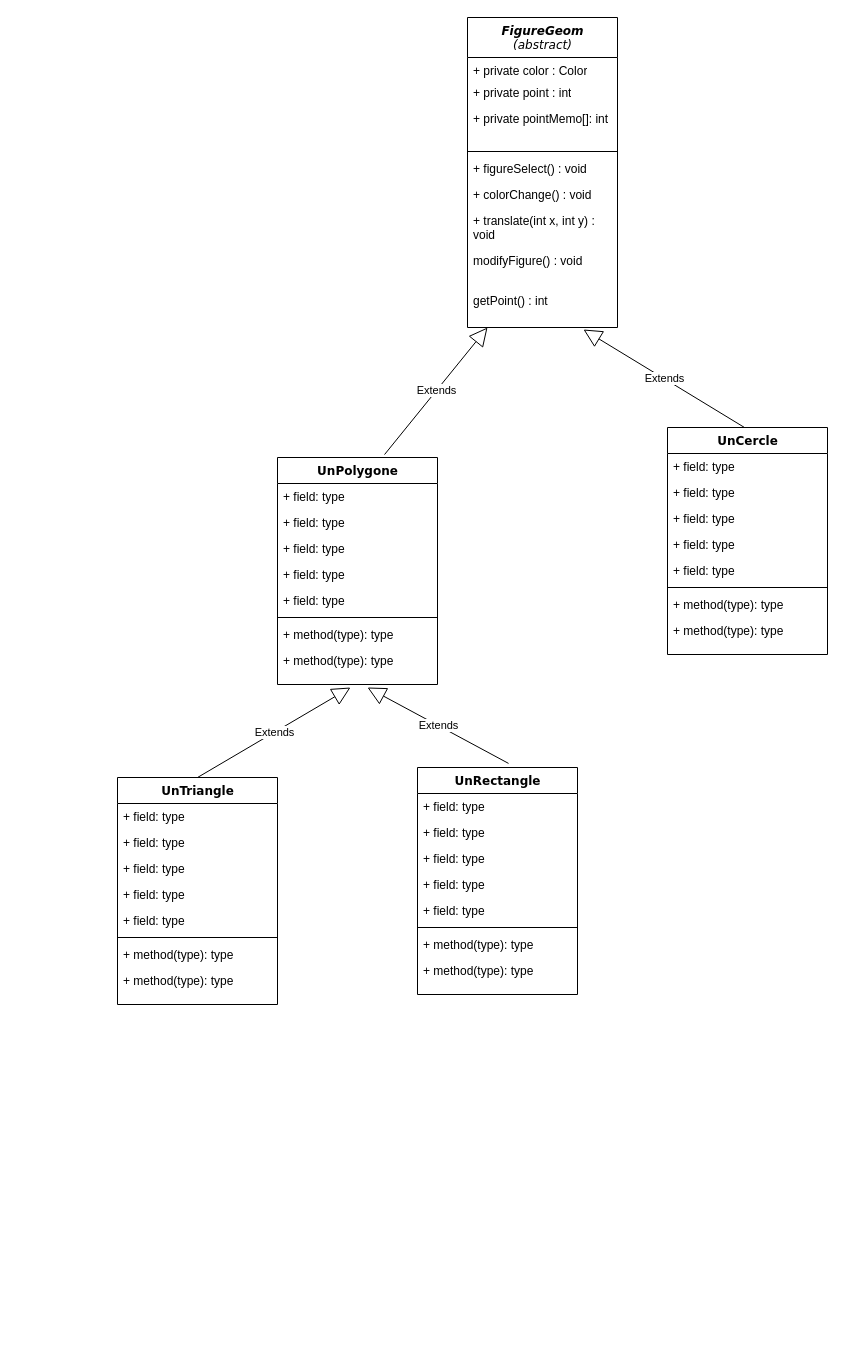
DrNossberg/GeomPaint keeps this draw.io diagram as Untitled Diagram.drawio. Above is the earlier version. Source tidied: cells renumbered, new cells numbered last; positions are measured from the earlier drawing's top-left corner, leaving out a move shared by most shapes. Both pictures are drawn from the tidied source at 100%, with x=0, y=0 at pixel (117, 17).
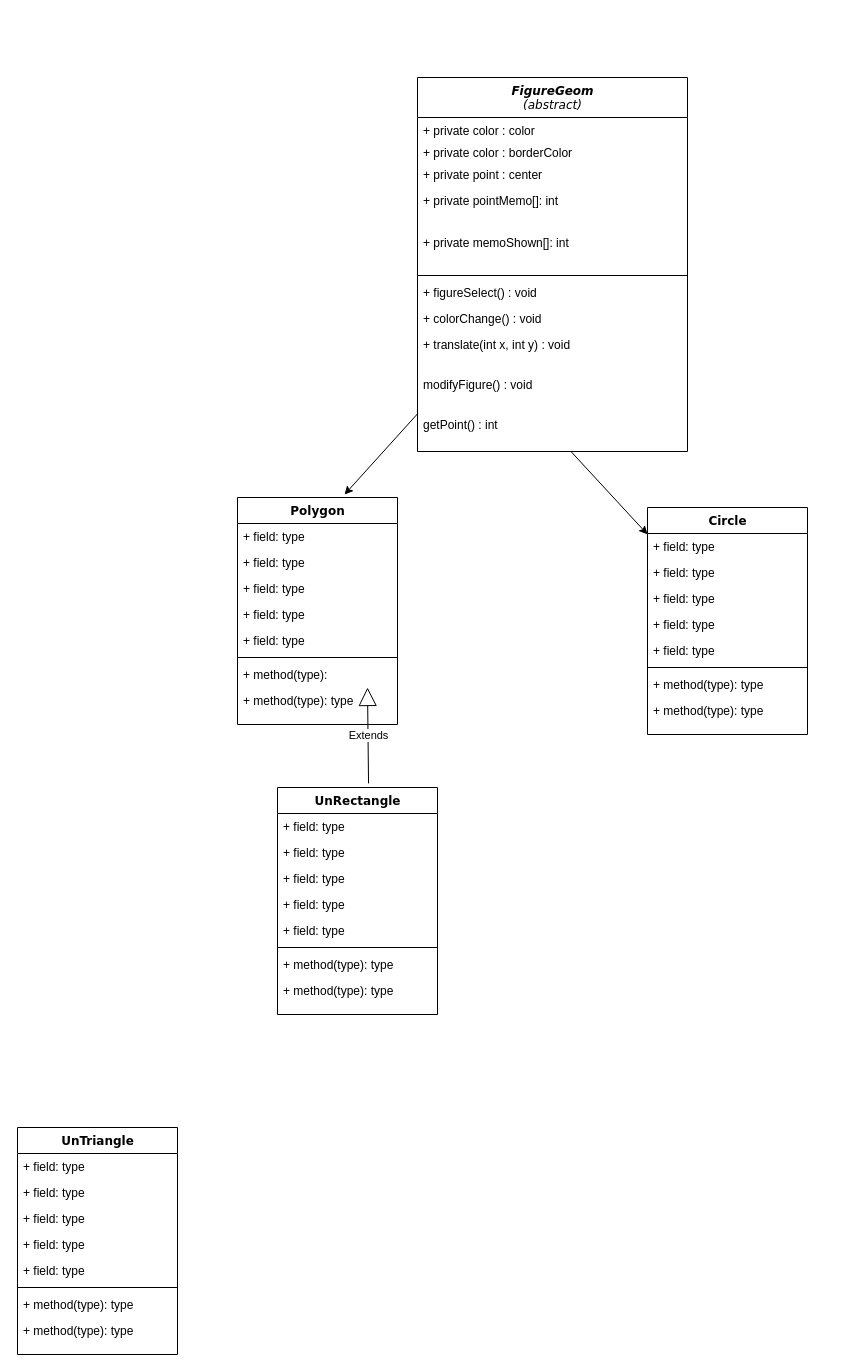
After the change.

The edit, as a diff of the source:
```diff
@@
     <mxCell id="2" value="&lt;div&gt;&lt;i&gt;FigureGeom&lt;/i&gt;&lt;/div&gt;&lt;div&gt;&lt;i&gt;&lt;span style=&quot;font-weight: normal&quot;&gt;(abstract)&lt;/span&gt;&lt;br&gt;&lt;/i&gt;&lt;/div&gt;" style="swimlane;html=1;fontStyle=1;align=center;verticalAlign=top;horizontal=1;startSize=40;swimlaneFillColor=#ffffff;rounded=0;shadow=0;comic=0;labelBackgroundColor=none;strokeWidth=1;fillColor=none;fontFamily=Verdana;fontSize=12;" parent="1" vertex="1">
-      <mxGeometry x="350" width="150" height="310" as="geometry" />
+      <mxGeometry x="300" y="60" width="270" height="374" as="geometry" />
     </mxCell>
-    <mxCell id="3" value="&lt;div&gt;+ private color : Color&lt;/div&gt;&lt;div&gt;&lt;br&gt;&lt;/div&gt;" style="text;html=1;strokeColor=none;fillColor=none;align=left;verticalAlign=top;spacingLeft=4;spacingRight=4;whiteSpace=wrap;overflow=hidden;" parent="2" vertex="1">
-      <mxGeometry y="40" width="150" height="22" as="geometry" />
+    <mxCell id="3" value="&lt;div&gt;+ private color : color&lt;/div&gt;&lt;div&gt;&lt;br&gt;&lt;/div&gt;" style="text;html=1;strokeColor=none;fillColor=none;align=left;verticalAlign=top;spacingLeft=4;spacingRight=4;whiteSpace=wrap;overflow=hidden;" parent="2" vertex="1">
+      <mxGeometry y="40" width="270" height="22" as="geometry" />
     </mxCell>
+    <mxCell id="52" value="&lt;div&gt;+ private color : borderColor&lt;/div&gt;" style="text;html=1;strokeColor=none;fillColor=none;align=left;verticalAlign=top;spacingLeft=4;spacingRight=4;whiteSpace=wrap;overflow=hidden;" parent="2" vertex="1">
+      <mxGeometry y="62" width="270" height="22" as="geometry" />
+    </mxCell>
-    <mxCell id="4" value="+ private point : int" style="text;html=1;strokeColor=none;fillColor=none;align=left;verticalAlign=top;spacingLeft=4;spacingRight=4;whiteSpace=wrap;overflow=hidden;" parent="2" vertex="1">
-      <mxGeometry y="62" width="150" height="26" as="geometry" />
+    <mxCell id="4" value="+ private point : center" style="text;html=1;strokeColor=none;fillColor=none;align=left;verticalAlign=top;spacingLeft=4;spacingRight=4;whiteSpace=wrap;overflow=hidden;" parent="2" vertex="1">
+      <mxGeometry y="84" width="270" height="26" as="geometry" />
     </mxCell>
     <mxCell id="5" value="&lt;div&gt;+ private pointMemo[]: int&lt;br&gt;&lt;/div&gt;&lt;div&gt;&lt;br&gt;&lt;/div&gt;" style="text;html=1;strokeColor=none;fillColor=none;align=left;verticalAlign=top;spacingLeft=4;spacingRight=4;whiteSpace=wrap;overflow=hidden;" parent="2" vertex="1">
-      <mxGeometry y="88" width="150" height="42" as="geometry" />
+      <mxGeometry y="110" width="270" height="42" as="geometry" />
     </mxCell>
+    <mxCell id="53" value="&lt;div&gt;+ private memoShown[]: int&lt;br&gt;&lt;/div&gt;&lt;div&gt;&lt;br&gt;&lt;/div&gt;" style="text;html=1;strokeColor=none;fillColor=none;align=left;verticalAlign=top;spacingLeft=4;spacingRight=4;whiteSpace=wrap;overflow=hidden;" parent="2" vertex="1">
+      <mxGeometry y="152" width="270" height="42" as="geometry" />
+    </mxCell>
     <mxCell id="6" style="line;html=1;strokeWidth=1;fillColor=none;align=left;verticalAlign=middle;spacingTop=-1;spacingLeft=3;spacingRight=3;labelPosition=right;" parent="2" vertex="1">
-      <mxGeometry y="130" width="150" height="8" as="geometry" />
+      <mxGeometry y="194" width="270" height="8" as="geometry" />
     </mxCell>
     <mxCell id="7" value="+ figureSelect() : void" style="text;html=1;strokeColor=none;fillColor=none;align=left;verticalAlign=top;spacingLeft=4;spacingRight=4;whiteSpace=wrap;overflow=hidden;" parent="2" vertex="1">
-      <mxGeometry y="138" width="150" height="26" as="geometry" />
+      <mxGeometry y="202" width="270" height="26" as="geometry" />
     </mxCell>
     <mxCell id="8" value="&lt;div&gt;+ colorChange() : void&lt;/div&gt;&lt;div&gt;&lt;br&gt;&lt;/div&gt;&lt;div&gt;&amp;nbsp; &lt;br&gt;&lt;/div&gt;&lt;div&gt;&lt;br&gt;&lt;/div&gt;&lt;div&gt;&lt;br&gt;&lt;/div&gt;" style="text;html=1;strokeColor=none;fillColor=none;align=left;verticalAlign=top;spacingLeft=4;spacingRight=4;whiteSpace=wrap;overflow=hidden;" parent="2" vertex="1">
-      <mxGeometry y="164" width="150" height="26" as="geometry" />
+      <mxGeometry y="228" width="270" height="26" as="geometry" />
     </mxCell>
     <mxCell id="9" value="+ translate(int x, int y) : void" style="text;html=1;strokeColor=none;fillColor=none;align=left;verticalAlign=top;spacingLeft=4;spacingRight=4;whiteSpace=wrap;overflow=hidden;" parent="2" vertex="1">
-      <mxGeometry y="190" width="150" height="40" as="geometry" />
+      <mxGeometry y="254" width="270" height="40" as="geometry" />
     </mxCell>
     <mxCell id="10" value="modifyFigure() : void" style="text;html=1;strokeColor=none;fillColor=none;align=left;verticalAlign=top;spacingLeft=4;spacingRight=4;whiteSpace=wrap;overflow=hidden;" parent="2" vertex="1">
-      <mxGeometry y="230" width="150" height="40" as="geometry" />
+      <mxGeometry y="294" width="270" height="40" as="geometry" />
     </mxCell>
     <mxCell id="11" value="getPoint() : int" style="text;html=1;strokeColor=none;fillColor=none;align=left;verticalAlign=top;spacingLeft=4;spacingRight=4;whiteSpace=wrap;overflow=hidden;points=[[0,0.5],[1,0.5]];portConstraint=eastwest;" parent="2" vertex="1">
-      <mxGeometry y="270" width="150" height="40" as="geometry" />
+      <mxGeometry y="334" width="270" height="40" as="geometry" />
     </mxCell>
-    <mxCell id="12" value="Extends" style="endArrow=block;endSize=16;endFill=0;html=1;exitX=0.669;exitY=-0.013;exitDx=0;exitDy=0;exitPerimeter=0;" parent="1" edge="1" source="13">
-      <mxGeometry relative="1" as="geometry">
-        <mxPoint x="370" y="310" as="targetPoint" />
-      </mxGeometry>
+    <mxCell id="12" style="endArrow=none;endSize=16;endFill=0;html=1;exitX=0.669;exitY=-0.013;exitDx=0;exitDy=0;exitPerimeter=0;startArrow=classic;startFill=1;" parent="1" edge="1" source="13" target="2">
+      <mxGeometry relative="1" as="geometry" />
     </mxCell>
-    <mxCell id="13" value="UnPolygone" style="swimlane;html=1;fontStyle=1;align=center;verticalAlign=top;horizontal=1;startSize=26;swimlaneFillColor=#ffffff;rounded=0;shadow=0;comic=0;labelBackgroundColor=none;strokeWidth=1;fillColor=none;fontFamily=Verdana;fontSize=12;" parent="1" vertex="1">
-      <mxGeometry x="160" y="440" width="160" height="227" as="geometry" />
+    <mxCell id="13" value="Polygon" style="swimlane;html=1;fontStyle=1;align=center;verticalAlign=top;horizontal=1;startSize=26;swimlaneFillColor=#ffffff;rounded=0;shadow=0;comic=0;labelBackgroundColor=none;strokeWidth=1;fillColor=none;fontFamily=Verdana;fontSize=12;" parent="1" vertex="1">
+      <mxGeometry x="120" y="480" width="160" height="227" as="geometry" />
     </mxCell>
@@
-    <mxCell id="20" value="+ method(type): type" style="text;html=1;strokeColor=none;fillColor=none;align=left;verticalAlign=top;spacingLeft=4;spacingRight=4;whiteSpace=wrap;overflow=hidden;" parent="13" vertex="1">
+    <mxCell id="20" value="+ method(type): " style="text;html=1;strokeColor=none;fillColor=none;align=left;verticalAlign=top;spacingLeft=4;spacingRight=4;whiteSpace=wrap;overflow=hidden;" parent="13" vertex="1">
       <mxGeometry y="164" width="160" height="26" as="geometry" />
     </mxCell>
@@
-    <mxCell id="22" value="UnCercle" style="swimlane;html=1;fontStyle=1;align=center;verticalAlign=top;horizontal=1;startSize=26;swimlaneFillColor=#ffffff;rounded=0;shadow=0;comic=0;labelBackgroundColor=none;strokeWidth=1;fillColor=none;fontFamily=Verdana;fontSize=12;" parent="1" vertex="1">
-      <mxGeometry x="550" y="410" width="160" height="227" as="geometry" />
+    <mxCell id="22" value="Circle" style="swimlane;html=1;fontStyle=1;align=center;verticalAlign=top;horizontal=1;startSize=26;swimlaneFillColor=#ffffff;rounded=0;shadow=0;comic=0;labelBackgroundColor=none;strokeWidth=1;fillColor=none;fontFamily=Verdana;fontSize=12;" parent="1" vertex="1">
+      <mxGeometry x="530" y="490" width="160" height="227" as="geometry" />
     </mxCell>
@@
-    <mxCell id="31" value="Extends" style="endArrow=block;endSize=16;endFill=0;html=1;entryX=0.773;entryY=1.05;entryDx=0;entryDy=0;entryPerimeter=0;" parent="1" edge="1" target="11">
-      <mxGeometry relative="1" as="geometry">
-        <mxPoint x="627" y="410" as="sourcePoint" />
-      </mxGeometry>
+    <mxCell id="31" style="endArrow=classic;endSize=6;endFill=1;html=1;" parent="1" edge="1" source="11" target="22">
+      <mxGeometry relative="1" as="geometry" />
     </mxCell>
     <mxCell id="32" value="UnTriangle" style="swimlane;html=1;fontStyle=1;align=center;verticalAlign=top;horizontal=1;startSize=26;swimlaneFillColor=#ffffff;rounded=0;shadow=0;comic=0;labelBackgroundColor=none;strokeWidth=1;fillColor=none;fontFamily=Verdana;fontSize=12;" parent="1" vertex="1">
-      <mxGeometry y="760" width="160" height="227" as="geometry" />
+      <mxGeometry x="-100" y="1110" width="160" height="227" as="geometry" />
     </mxCell>
@@
-    <mxCell id="41" value="Extends" style="endArrow=block;endSize=16;endFill=0;html=1;exitX=0.5;exitY=0;exitDx=0;exitDy=0;" parent="32" edge="1" source="32">
-      <mxGeometry relative="1" as="geometry">
-        <mxPoint x="233" y="-90" as="targetPoint" />
-      </mxGeometry>
-    </mxCell>
     <mxCell id="42" value="UnRectangle" style="swimlane;html=1;fontStyle=1;align=center;verticalAlign=top;horizontal=1;startSize=26;swimlaneFillColor=#ffffff;rounded=0;shadow=0;comic=0;labelBackgroundColor=none;strokeWidth=1;fillColor=none;fontFamily=Verdana;fontSize=12;" parent="1" vertex="1">
-      <mxGeometry x="300" y="750" width="160" height="227" as="geometry" />
+      <mxGeometry x="160" y="770" width="160" height="227" as="geometry" />
     </mxCell>
```
